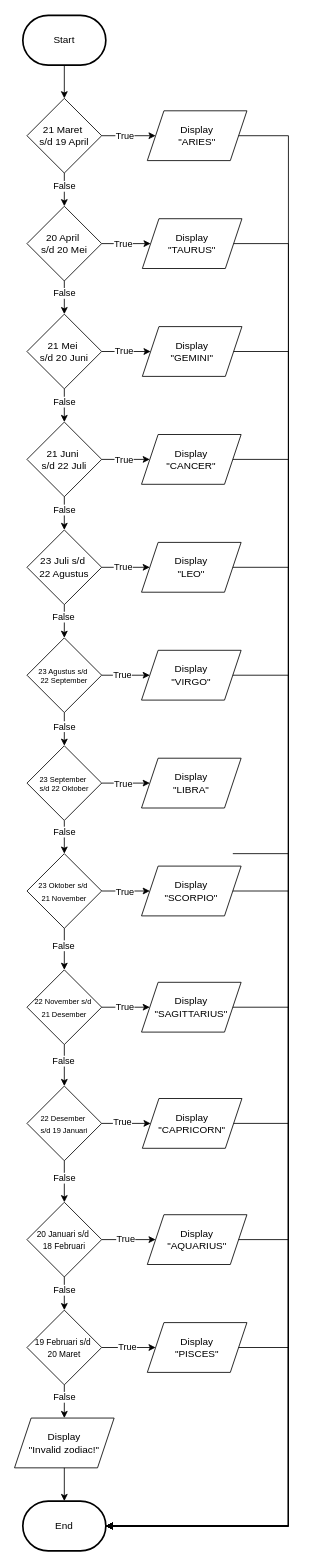
The draw.io diagram page "Zodiak Check" (2 of 2) of Flowchart Modul 2 Program Zodiak.drawio in elikawicaksana/BuildIT_BasisData, before the edit. Source tidied: cells renumbered, new cells numbered last; positions are measured from the earlier drawing's top-left corner, leaving out a move shared by most shapes. Both pictures are drawn from the tidied source at 83%, with x=0, y=0 at pixel (14, 15).
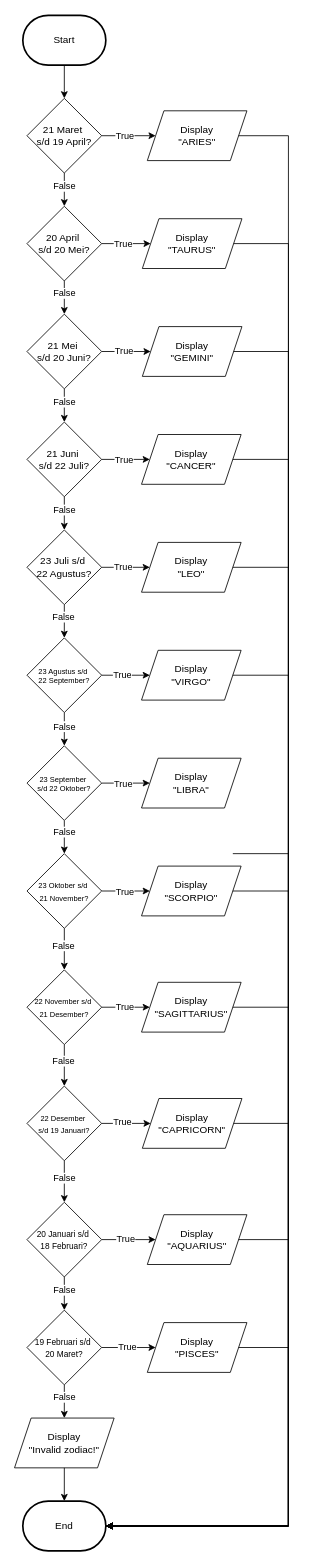
The same diagram, later.

Diff of the diagram source:
```diff
@@
-    <mxCell id="6" value="21 Maret&amp;nbsp;&lt;div&gt;s/d&amp;nbsp;&lt;span style=&quot;background-color: initial; color: rgb(0, 0, 0); --darkreader-inline-bgcolor: initial; --darkreader-inline-color: #e8e6e3;&quot;&gt;19 April&lt;/span&gt;&lt;/div&gt;" style="rhombus;whiteSpace=wrap;html=1;" parent="1" vertex="1">
+    <mxCell id="6" value="21 Maret&amp;nbsp;&lt;div&gt;s/d&amp;nbsp;&lt;span style=&quot;background-color: initial; color: rgb(0, 0, 0); --darkreader-inline-bgcolor: initial; --darkreader-inline-color: #e8e6e3;&quot;&gt;19 April?&lt;/span&gt;&lt;/div&gt;" style="rhombus;whiteSpace=wrap;html=1;" parent="1" vertex="1">
       <mxGeometry x="15" y="100" width="90" height="90" as="geometry" />
     </mxCell>
@@
-    <mxCell id="11" value="21 Mei&amp;nbsp;&lt;div&gt;&lt;span style=&quot;background-color: initial; color: rgb(0, 0, 0); --darkreader-inline-bgcolor: initial; --darkreader-inline-color: #e8e6e3;&quot;&gt;s/d 20 Juni&lt;/span&gt;&lt;/div&gt;" style="rhombus;whiteSpace=wrap;html=1;" parent="1" vertex="1">
+    <mxCell id="11" value="21 Mei&amp;nbsp;&lt;div&gt;&lt;span style=&quot;background-color: initial; color: rgb(0, 0, 0); --darkreader-inline-bgcolor: initial; --darkreader-inline-color: #e8e6e3;&quot;&gt;s/d 20 Juni?&lt;/span&gt;&lt;/div&gt;" style="rhombus;whiteSpace=wrap;html=1;" parent="1" vertex="1">
       <mxGeometry x="15" y="360" width="90" height="90" as="geometry" />
     </mxCell>
@@
-    <mxCell id="16" value="20 April&amp;nbsp;&lt;div&gt;s/d 20 Mei&lt;/div&gt;" style="rhombus;whiteSpace=wrap;html=1;" parent="1" vertex="1">
+    <mxCell id="16" value="20 April&amp;nbsp;&lt;div&gt;s/d 20 Mei?&lt;/div&gt;" style="rhombus;whiteSpace=wrap;html=1;" parent="1" vertex="1">
       <mxGeometry x="15" y="230" width="90" height="90" as="geometry" />
     </mxCell>
@@
-    <mxCell id="21" value="&lt;font style=&quot;font-size: 9px;&quot;&gt;23 Oktober s/d&amp;nbsp;&lt;/font&gt;&lt;div&gt;&lt;font style=&quot;font-size: 9px;&quot;&gt;21 November&lt;/font&gt;&lt;/div&gt;" style="rhombus;whiteSpace=wrap;html=1;" parent="1" vertex="1">
+    <mxCell id="21" value="&lt;font style=&quot;font-size: 9px;&quot;&gt;23 Oktober s/d&amp;nbsp;&lt;/font&gt;&lt;div&gt;&lt;font style=&quot;font-size: 9px;&quot;&gt;21 November?&lt;/font&gt;&lt;/div&gt;" style="rhombus;whiteSpace=wrap;html=1;" parent="1" vertex="1">
       <mxGeometry x="15" y="1010" width="90" height="90" as="geometry" />
     </mxCell>
@@
-    <mxCell id="26" value="&lt;font style=&quot;font-size: 9px;&quot;&gt;23 September&amp;nbsp;&lt;/font&gt;&lt;div style=&quot;font-size: 9px;&quot;&gt;&lt;font style=&quot;font-size: 9px;&quot;&gt;s/d 22 Oktober&lt;/font&gt;&lt;/div&gt;" style="rhombus;whiteSpace=wrap;html=1;" parent="1" vertex="1">
+    <mxCell id="26" value="&lt;font style=&quot;font-size: 9px;&quot;&gt;23 September&amp;nbsp;&lt;/font&gt;&lt;div style=&quot;font-size: 9px;&quot;&gt;&lt;font style=&quot;font-size: 9px;&quot;&gt;s/d 22 Oktober?&lt;/font&gt;&lt;/div&gt;" style="rhombus;whiteSpace=wrap;html=1;" parent="1" vertex="1">
       <mxGeometry x="15" y="880" width="90" height="90" as="geometry" />
     </mxCell>
@@
-    <mxCell id="31" value="&lt;font style=&quot;font-size: 9px;&quot;&gt;23 Agustus s/d&amp;nbsp;&lt;/font&gt;&lt;div style=&quot;font-size: 9px;&quot;&gt;&lt;font style=&quot;font-size: 9px;&quot;&gt;22 September&lt;/font&gt;&lt;/div&gt;" style="rhombus;whiteSpace=wrap;html=1;" parent="1" vertex="1">
+    <mxCell id="31" value="&lt;font style=&quot;font-size: 9px;&quot;&gt;23 Agustus s/d&amp;nbsp;&lt;/font&gt;&lt;div style=&quot;font-size: 9px;&quot;&gt;&lt;font style=&quot;font-size: 9px;&quot;&gt;22 September?&lt;/font&gt;&lt;/div&gt;" style="rhombus;whiteSpace=wrap;html=1;" parent="1" vertex="1">
       <mxGeometry x="15" y="750" width="90" height="90" as="geometry" />
     </mxCell>
@@
-    <mxCell id="36" value="23 Juli s/d&amp;nbsp;&lt;div&gt;22 Agustus&lt;/div&gt;" style="rhombus;whiteSpace=wrap;html=1;" parent="1" vertex="1">
+    <mxCell id="36" value="23 Juli s/d&amp;nbsp;&lt;div&gt;22 Agustus?&lt;/div&gt;" style="rhombus;whiteSpace=wrap;html=1;" parent="1" vertex="1">
       <mxGeometry x="15" y="620" width="90" height="90" as="geometry" />
     </mxCell>
@@
-    <mxCell id="41" value="&lt;font style=&quot;font-size: 9px;&quot;&gt;22 Desember&amp;nbsp;&lt;/font&gt;&lt;div&gt;&lt;font style=&quot;font-size: 9px;&quot;&gt;s/d 19 Januari&lt;/font&gt;&lt;/div&gt;" style="rhombus;whiteSpace=wrap;html=1;" parent="1" vertex="1">
+    <mxCell id="41" value="&lt;font style=&quot;font-size: 9px;&quot;&gt;22 Desember&amp;nbsp;&lt;/font&gt;&lt;div&gt;&lt;font style=&quot;font-size: 9px;&quot;&gt;s/d 19 Januari?&lt;/font&gt;&lt;/div&gt;" style="rhombus;whiteSpace=wrap;html=1;" parent="1" vertex="1">
       <mxGeometry x="15" y="1290" width="90" height="90" as="geometry" />
     </mxCell>
@@
-    <mxCell id="46" value="&lt;font style=&quot;font-size: 9px;&quot;&gt;22 November s/d&amp;nbsp;&lt;/font&gt;&lt;div&gt;&lt;font style=&quot;font-size: 9px;&quot;&gt;21 Desember&lt;/font&gt;&lt;/div&gt;" style="rhombus;whiteSpace=wrap;html=1;" parent="1" vertex="1">
+    <mxCell id="46" value="&lt;font style=&quot;font-size: 9px;&quot;&gt;22 November s/d&amp;nbsp;&lt;/font&gt;&lt;div&gt;&lt;font style=&quot;font-size: 9px;&quot;&gt;21 Desember?&lt;/font&gt;&lt;/div&gt;" style="rhombus;whiteSpace=wrap;html=1;" parent="1" vertex="1">
       <mxGeometry x="15" y="1150" width="90" height="90" as="geometry" />
     </mxCell>
@@
-    <mxCell id="51" value="&lt;font style=&quot;font-size: 10px;&quot;&gt;19 Februari s/d&amp;nbsp;&lt;/font&gt;&lt;div&gt;&lt;font style=&quot;font-size: 10px;&quot;&gt;20 Maret&lt;/font&gt;&lt;/div&gt;" style="rhombus;whiteSpace=wrap;html=1;" parent="1" vertex="1">
+    <mxCell id="51" value="&lt;font style=&quot;font-size: 10px;&quot;&gt;19 Februari s/d&amp;nbsp;&lt;/font&gt;&lt;div&gt;&lt;font style=&quot;font-size: 10px;&quot;&gt;20 Maret?&lt;/font&gt;&lt;/div&gt;" style="rhombus;whiteSpace=wrap;html=1;" parent="1" vertex="1">
       <mxGeometry x="15" y="1560" width="90" height="90" as="geometry" />
     </mxCell>
@@
-    <mxCell id="56" value="&lt;font style=&quot;font-size: 10px;&quot;&gt;20 Januari s/d&amp;nbsp;&lt;/font&gt;&lt;div&gt;&lt;span style=&quot;font-size: 10px; background-color: initial; color: rgb(0, 0, 0); --darkreader-inline-bgcolor: initial; --darkreader-inline-color: #e8e6e3;&quot;&gt;18 Februari&lt;/span&gt;&lt;/div&gt;" style="rhombus;whiteSpace=wrap;html=1;" parent="1" vertex="1">
+    <mxCell id="56" value="&lt;font style=&quot;font-size: 10px;&quot;&gt;20 Januari s/d&amp;nbsp;&lt;/font&gt;&lt;div&gt;&lt;span style=&quot;font-size: 10px; background-color: initial; color: rgb(0, 0, 0); --darkreader-inline-bgcolor: initial; --darkreader-inline-color: #e8e6e3;&quot;&gt;18 Februari?&lt;/span&gt;&lt;/div&gt;" style="rhombus;whiteSpace=wrap;html=1;" parent="1" vertex="1">
       <mxGeometry x="15" y="1430" width="90" height="90" as="geometry" />
     </mxCell>
@@
-    <mxCell id="61" value="21 Juni&amp;nbsp;&lt;div&gt;s/d 22 Juli&lt;/div&gt;" style="rhombus;whiteSpace=wrap;html=1;" parent="1" vertex="1">
+    <mxCell id="61" value="21 Juni&amp;nbsp;&lt;div&gt;s/d 22 Juli?&lt;/div&gt;" style="rhombus;whiteSpace=wrap;html=1;" parent="1" vertex="1">
       <mxGeometry x="15" y="490" width="90" height="90" as="geometry" />
     </mxCell>
```
